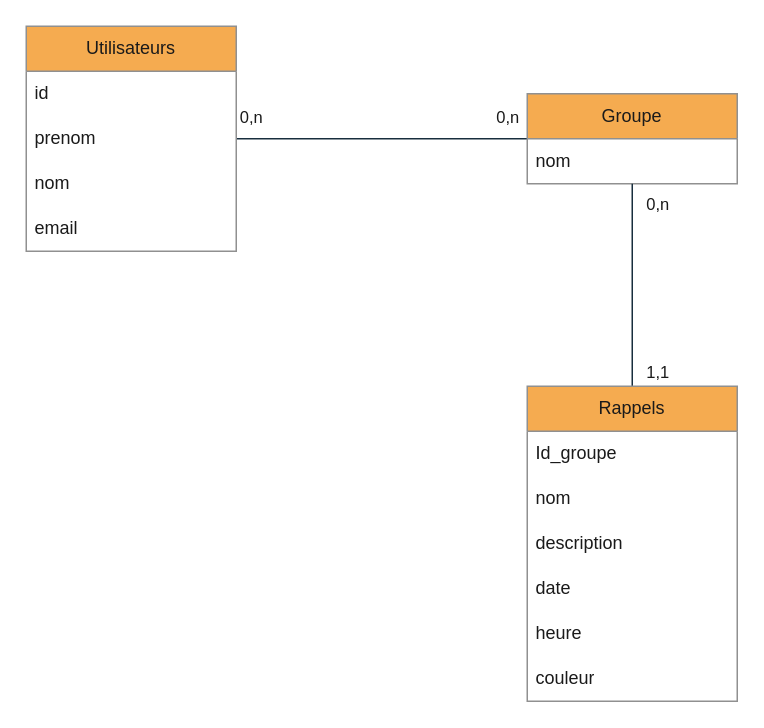
Earlier version of the draw.io diagram page "MCD" (1 of 2) of Database.drawio (Olwinss/Remindr). Source tidied: cells renumbered, new cells numbered last; positions are measured from the earlier drawing's top-left corner, leaving out a move shared by most shapes. Both pictures are drawn from the tidied source at 150%, with x=0, y=0 at pixel (26, 26).
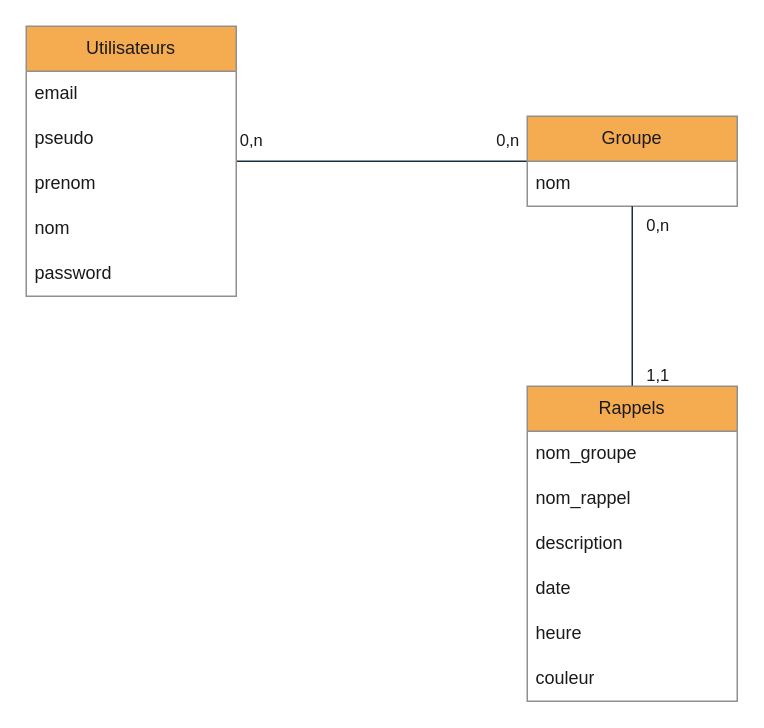
The same diagram, later.

Unchanged cells that the change refers to:
```xml
<mxCell id="15" value="Rappels" style="swimlane;fontStyle=0;horizontal=1;startSize=30;whiteSpace=wrap;html=1;labelBackgroundColor=none;fillColor=#F5AB50;strokeColor=#909090;fontColor=#1A1A1A;" parent="1" vertex="1">
  <mxGeometry x="334" y="240" width="140" height="210" as="geometry" />
</mxCell>
```

Change to the diagram source:
```diff
@@
-    <mxCell id="5" value="Utilisateurs" style="swimlane;fontStyle=0;horizontal=1;startSize=30;whiteSpace=wrap;html=1;labelBackgroundColor=none;fillColor=#F5AB50;strokeColor=#909090;fontColor=#1A1A1A;" parent="1" vertex="1">
-      <mxGeometry width="140" height="150" as="geometry" />
-    </mxCell>
-    <mxCell id="6" value="id" style="text;strokeColor=none;fillColor=none;align=left;verticalAlign=middle;spacingLeft=4;spacingRight=4;overflow=hidden;whiteSpace=wrap;html=1;labelBackgroundColor=none;fontColor=#1A1A1A;" parent="5" vertex="1">
-      <mxGeometry y="30" width="140" height="30" as="geometry" />
-    </mxCell>
-    <mxCell id="7" value="prenom" style="text;strokeColor=none;fillColor=none;align=left;verticalAlign=middle;spacingLeft=4;spacingRight=4;overflow=hidden;whiteSpace=wrap;html=1;labelBackgroundColor=none;fontColor=#1A1A1A;" parent="5" vertex="1">
-      <mxGeometry y="60" width="140" height="30" as="geometry" />
-    </mxCell>
-    <mxCell id="8" value="nom&lt;br&gt;" style="text;strokeColor=none;fillColor=none;align=left;verticalAlign=middle;spacingLeft=4;spacingRight=4;overflow=hidden;whiteSpace=wrap;html=1;labelBackgroundColor=none;fontColor=#1A1A1A;" parent="5" vertex="1">
-      <mxGeometry y="90" width="140" height="30" as="geometry" />
-    </mxCell>
-    <mxCell id="9" value="email" style="text;strokeColor=none;fillColor=none;align=left;verticalAlign=middle;spacingLeft=4;spacingRight=4;overflow=hidden;whiteSpace=wrap;html=1;labelBackgroundColor=none;fontColor=#1A1A1A;" parent="5" vertex="1">
-      <mxGeometry y="120" width="140" height="30" as="geometry" />
-    </mxCell>
     <mxCell id="10" value="Groupe" style="swimlane;fontStyle=0;horizontal=1;startSize=30;whiteSpace=wrap;html=1;labelBackgroundColor=none;fillColor=#F5AB50;strokeColor=#909090;fontColor=#1A1A1A;" parent="1" vertex="1">
-      <mxGeometry x="334" y="45" width="140" height="60" as="geometry" />
+      <mxGeometry x="334" y="60" width="140" height="60" as="geometry" />
     </mxCell>
@@
-    <mxCell id="16" value="Id_groupe" style="text;strokeColor=none;fillColor=none;align=left;verticalAlign=middle;spacingLeft=4;spacingRight=4;overflow=hidden;whiteSpace=wrap;html=1;labelBackgroundColor=none;fontColor=#1A1A1A;" parent="15" vertex="1">
+    <mxCell id="16" value="&lt;span style=&quot;border-color: var(--border-color);&quot;&gt;nom_groupe&lt;/span&gt;" style="text;strokeColor=none;fillColor=none;align=left;verticalAlign=middle;spacingLeft=4;spacingRight=4;overflow=hidden;whiteSpace=wrap;html=1;labelBackgroundColor=none;fontColor=#1A1A1A;" parent="15" vertex="1">
       <mxGeometry y="30" width="140" height="30" as="geometry" />
     </mxCell>
-    <mxCell id="17" value="nom" style="text;strokeColor=none;fillColor=none;align=left;verticalAlign=middle;spacingLeft=4;spacingRight=4;overflow=hidden;whiteSpace=wrap;html=1;labelBackgroundColor=none;fontColor=#1A1A1A;" parent="15" vertex="1">
+    <mxCell id="17" value="nom_rappel" style="text;strokeColor=none;fillColor=none;align=left;verticalAlign=middle;spacingLeft=4;spacingRight=4;overflow=hidden;whiteSpace=wrap;html=1;labelBackgroundColor=none;fontColor=#1A1A1A;" parent="15" vertex="1">
       <mxGeometry y="60" width="140" height="30" as="geometry" />
     </mxCell>
@@
+    <mxCell id="5" value="Utilisateurs" style="swimlane;fontStyle=0;horizontal=1;startSize=30;whiteSpace=wrap;html=1;labelBackgroundColor=none;fillColor=#F5AB50;strokeColor=#909090;fontColor=#1A1A1A;" parent="1" vertex="1">
+      <mxGeometry width="140" height="180" as="geometry" />
+    </mxCell>
+    <mxCell id="9" value="email" style="text;strokeColor=none;fillColor=none;align=left;verticalAlign=middle;spacingLeft=4;spacingRight=4;overflow=hidden;whiteSpace=wrap;html=1;labelBackgroundColor=none;fontColor=#1A1A1A;" parent="5" vertex="1">
+      <mxGeometry y="30" width="140" height="30" as="geometry" />
+    </mxCell>
+    <mxCell id="22" value="pseudo" style="text;strokeColor=none;fillColor=none;align=left;verticalAlign=middle;spacingLeft=4;spacingRight=4;overflow=hidden;whiteSpace=wrap;html=1;labelBackgroundColor=none;fontColor=#1A1A1A;" parent="5" vertex="1">
+      <mxGeometry y="60" width="140" height="30" as="geometry" />
+    </mxCell>
+    <mxCell id="7" value="prenom" style="text;strokeColor=none;fillColor=none;align=left;verticalAlign=middle;spacingLeft=4;spacingRight=4;overflow=hidden;whiteSpace=wrap;html=1;labelBackgroundColor=none;fontColor=#1A1A1A;" parent="5" vertex="1">
+      <mxGeometry y="90" width="140" height="30" as="geometry" />
+    </mxCell>
+    <mxCell id="8" value="nom&lt;br&gt;" style="text;strokeColor=none;fillColor=none;align=left;verticalAlign=middle;spacingLeft=4;spacingRight=4;overflow=hidden;whiteSpace=wrap;html=1;labelBackgroundColor=none;fontColor=#1A1A1A;" parent="5" vertex="1">
+      <mxGeometry y="120" width="140" height="30" as="geometry" />
+    </mxCell>
+    <mxCell id="23" value="password" style="text;strokeColor=none;fillColor=none;align=left;verticalAlign=middle;spacingLeft=4;spacingRight=4;overflow=hidden;whiteSpace=wrap;html=1;labelBackgroundColor=none;fontColor=#1A1A1A;" parent="5" vertex="1">
+      <mxGeometry y="150" width="140" height="30" as="geometry" />
+    </mxCell>
```
